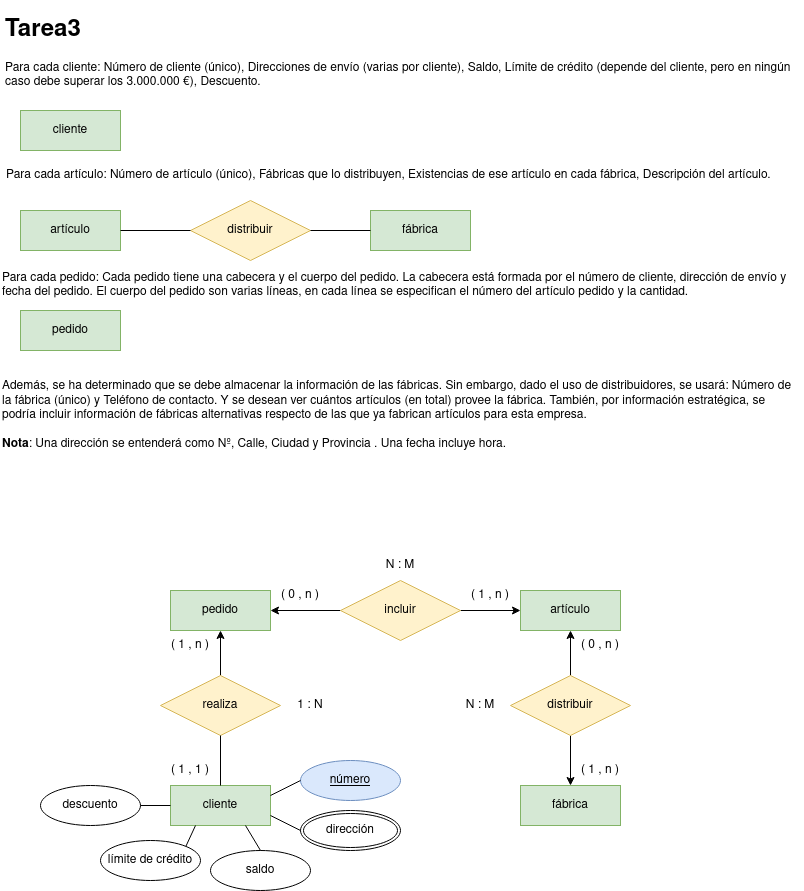
This is tareasER/tarea3.png from javigh193/bae, a draw.io export, as it was before one commit. Source tidied: cells renumbered, new cells last; positions are measured from the earlier drawing's top-left corner, leaving out a move shared by most shapes.
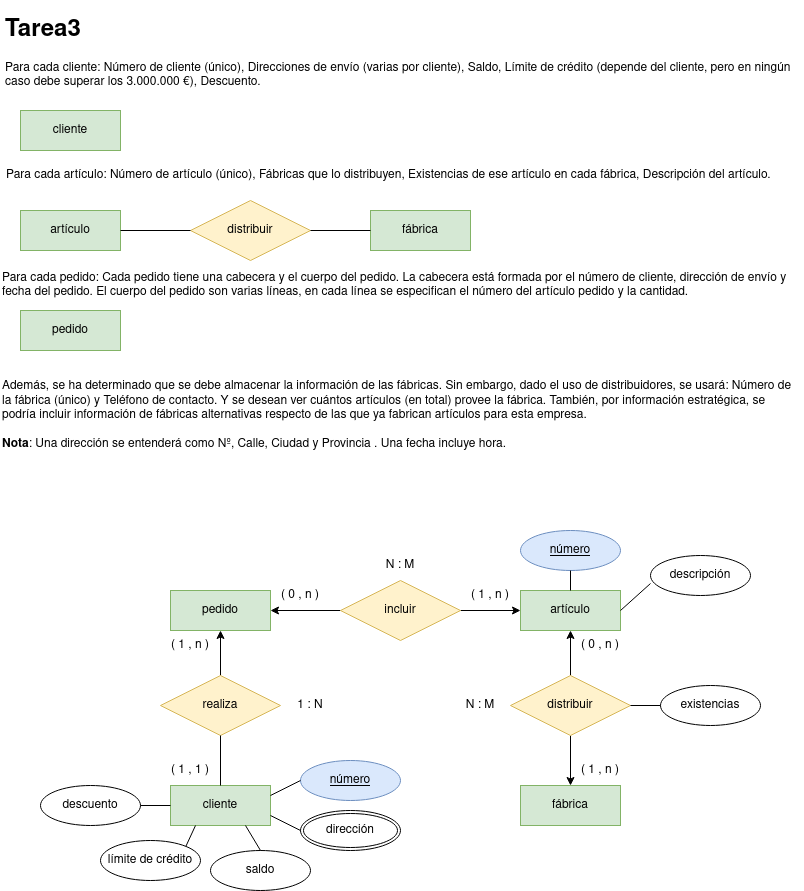
After the change.

The edit, as a diff of the source:
```diff
@@ -131,5 +131,23 @@
     <mxCell id="44" style="endArrow=none;html=1;rounded=0;exitX=1;exitY=0.5;exitDx=0;exitDy=0;entryX=0;entryY=0.5;entryDx=0;entryDy=0;" parent="1" edge="1" source="39" target="14">
       <mxGeometry relative="1" as="geometry" />
     </mxCell>
+    <mxCell id="45" value="número" style="ellipse;whiteSpace=wrap;html=1;align=center;fontStyle=4;fillColor=#dae8fc;strokeColor=#6c8ebf;" parent="1" vertex="1">
+      <mxGeometry x="520" y="520" width="100" height="40" as="geometry" />
+    </mxCell>
+    <mxCell id="46" value="existencias" style="ellipse;whiteSpace=wrap;html=1;align=center;" parent="1" vertex="1">
+      <mxGeometry x="660" y="675" width="100" height="40" as="geometry" />
+    </mxCell>
+    <mxCell id="47" style="endArrow=none;html=1;rounded=0;exitX=0;exitY=0.5;exitDx=0;exitDy=0;entryX=1;entryY=0.5;entryDx=0;entryDy=0;" parent="1" edge="1" source="46" target="24">
+      <mxGeometry relative="1" as="geometry" />
+    </mxCell>
+    <mxCell id="48" value="descripción" style="ellipse;whiteSpace=wrap;html=1;align=center;" parent="1" vertex="1">
+      <mxGeometry x="650" y="545" width="100" height="40" as="geometry" />
+    </mxCell>
+    <mxCell id="49" style="endArrow=none;html=1;rounded=0;entryX=0.5;entryY=1;entryDx=0;entryDy=0;exitX=0.5;exitY=0;exitDx=0;exitDy=0;" parent="1" edge="1" source="17" target="45">
+      <mxGeometry relative="1" as="geometry" />
+    </mxCell>
+    <mxCell id="50" style="endArrow=none;html=1;rounded=0;exitX=0;exitY=0.7;exitDx=0;exitDy=0;exitPerimeter=0;entryX=1;entryY=0.5;entryDx=0;entryDy=0;" parent="1" edge="1" source="48" target="17">
+      <mxGeometry relative="1" as="geometry" />
+    </mxCell>
   </root>
 </mxGraphModel>
```
